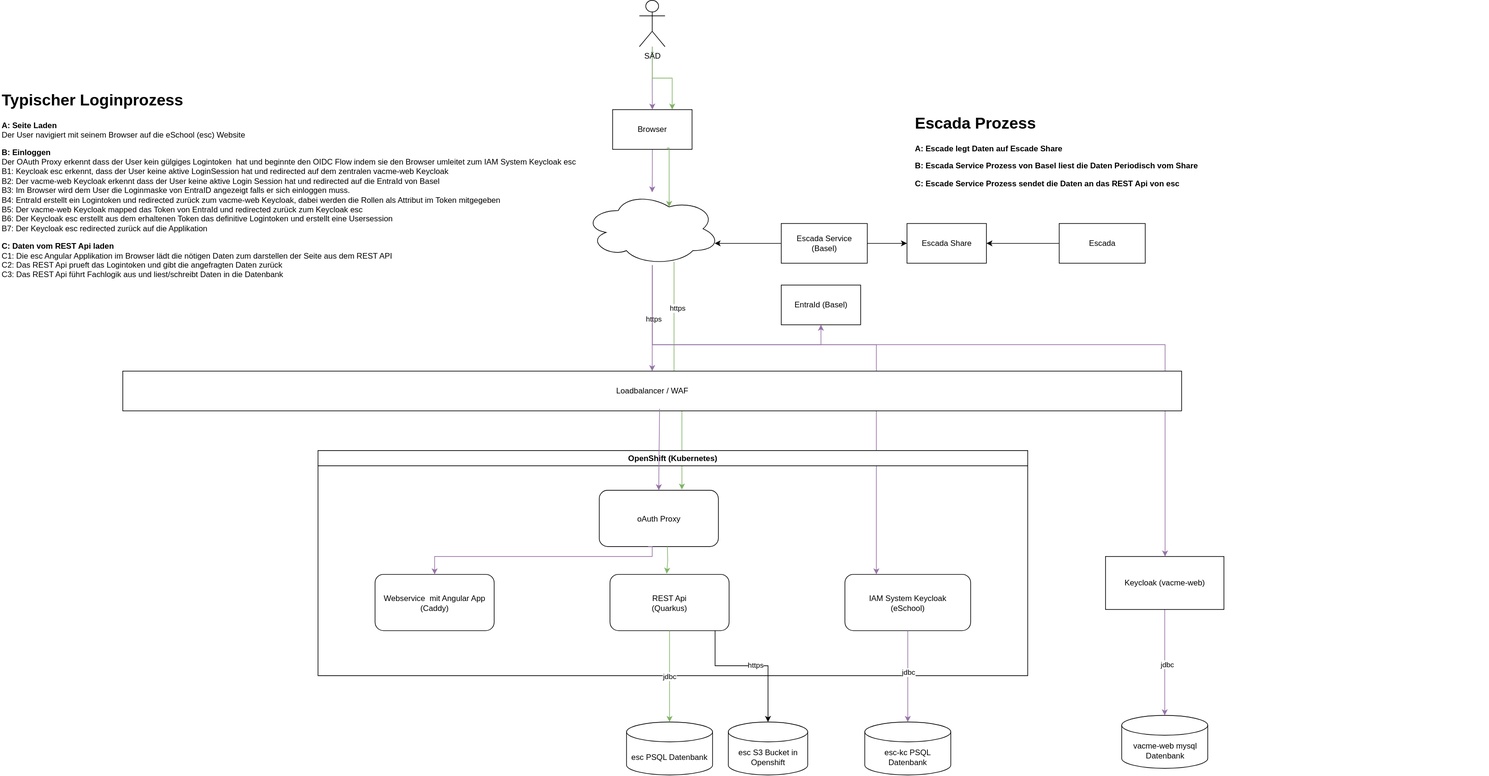
Before: api/docs/deployment-and-login/EscDeploymentDiagram.drawio.svg, a diagram exported from draw.io (dvbern/eSAD). Source tidied: cells renumbered, new cells last; positions are measured from the earlier drawing's top-left corner, leaving out a move shared by most shapes.
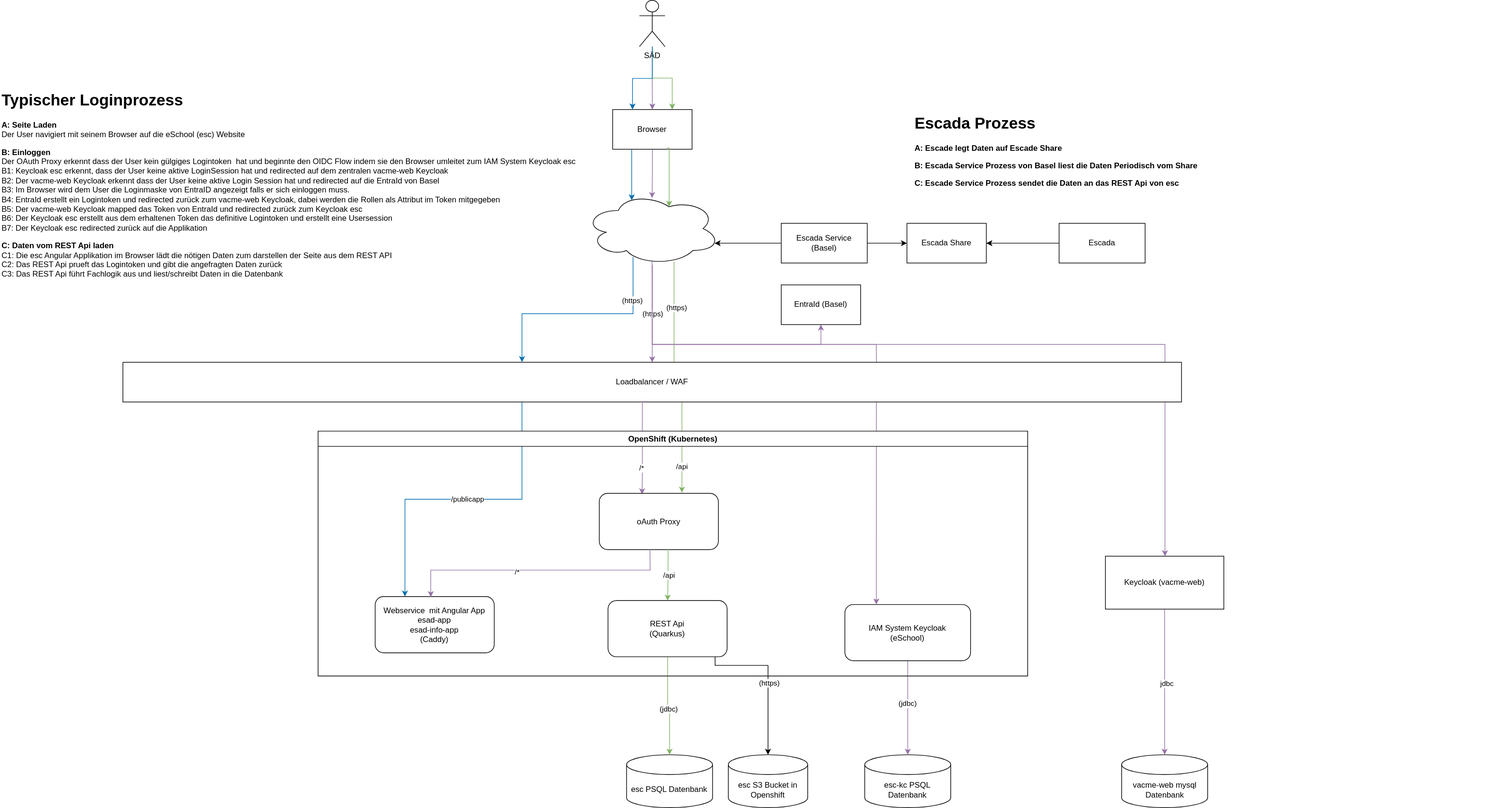
The same diagram one commit later.

Change to the diagram source:
```diff
@@ -10,29 +10,32 @@
         </Array>
       </mxGeometry>
     </mxCell>
-    <mxCell id="3" style="edgeStyle=orthogonalEdgeStyle;rounded=0;jettySize=auto;html=1;fillColor=#e1d5e7;strokeColor=#9673a6;entryX=0.5;entryY=0;entryDx=0;entryDy=0;" parent="1" edge="1" source="5" target="32">
-      <mxGeometry relative="1" as="geometry" />
-    </mxCell>
-    <mxCell id="4" style="edgeStyle=orthogonalEdgeStyle;rounded=0;jettySize=auto;html=1;entryX=0.75;entryY=0;entryDx=0;entryDy=0;fillColor=#d5e8d4;strokeColor=#82b366;" parent="1" edge="1" source="5" target="32">
-      <mxGeometry relative="1" as="geometry" />
-    </mxCell>
+    <mxCell id="46" style="edgeStyle=orthogonalEdgeStyle;rounded=0;jettySize=auto;html=1;fillColor=#e1d5e7;strokeColor=#9673a6;entryX=0.5;entryY=0;entryDx=0;entryDy=0;" parent="1" edge="1" source="5" target="32">
+      <mxGeometry relative="1" as="geometry" />
+    </mxCell>
+    <mxCell id="47" style="edgeStyle=orthogonalEdgeStyle;rounded=0;jettySize=auto;html=1;entryX=0.75;entryY=0;entryDx=0;entryDy=0;fillColor=#d5e8d4;strokeColor=#82b366;" parent="1" edge="1" source="5" target="32">
+      <mxGeometry relative="1" as="geometry" />
+    </mxCell>
     <mxCell id="5" value="SÄD" style="shape=umlActor;verticalLabelPosition=bottom;verticalAlign=top;html=1;outlineConnect=0;" parent="1" vertex="1">
       <mxGeometry x="965.6" width="38.8" height="70" as="geometry" />
     </mxCell>
-    <mxCell id="6" style="edgeStyle=orthogonalEdgeStyle;rounded=0;jettySize=auto;html=1;entryX=0.5;entryY=0;entryDx=0;entryDy=0;fillColor=#e1d5e7;strokeColor=#9673a6;" parent="1" edge="1" source="12" target="23">
-      <mxGeometry relative="1" as="geometry" />
-    </mxCell>
-    <mxCell id="7" value="https" style="edgeLabel;html=1;align=center;verticalAlign=middle;" parent="6" vertex="1">
-      <mxGeometry y="1" relative="1" as="geometry" />
-    </mxCell>
+    <mxCell id="48" style="edgeStyle=orthogonalEdgeStyle;rounded=0;jettySize=auto;html=1;entryX=0.5;entryY=0;entryDx=0;entryDy=0;fillColor=#e1d5e7;strokeColor=#9673a6;" parent="1" edge="1" source="12" target="23">
+      <mxGeometry relative="1" as="geometry" />
+    </mxCell>
+    <mxCell id="49" value="(https)" style="edgeLabel;html=1;align=center;verticalAlign=middle;" parent="48" vertex="1">
+      <mxGeometry y="1" relative="1" as="geometry" />
+    </mxCell>
     <mxCell id="8" style="edgeStyle=orthogonalEdgeStyle;rounded=0;jettySize=auto;html=1;fillColor=#d5e8d4;strokeColor=#82b366;exitX=0.661;exitY=0.955;exitDx=0;exitDy=0;exitPerimeter=0;entryX=0.694;entryY=-0.012;entryDx=0;entryDy=0;entryPerimeter=0;" parent="1" edge="1" source="12" target="17">
       <mxGeometry relative="1" as="geometry" />
     </mxCell>
-    <mxCell id="9" value="https" style="edgeLabel;html=1;align=center;verticalAlign=middle;" parent="8" vertex="1">
-      <mxGeometry x="-0.73" y="4" relative="1" as="geometry">
-        <mxPoint y="21" as="offset" />
-      </mxGeometry>
-    </mxCell>
+    <mxCell id="50" value="(https)" style="edgeLabel;html=1;align=center;verticalAlign=middle;" parent="8" vertex="1">
+      <mxGeometry x="-0.73" y="4" relative="1" as="geometry">
+        <mxPoint y="21" as="offset" />
+      </mxGeometry>
+    </mxCell>
+    <mxCell id="51" value="/api" style="edgeLabel;html=1;align=center;verticalAlign=middle;" parent="8" vertex="1">
+      <mxGeometry x="0.78" relative="1" as="geometry" />
+    </mxCell>
     <mxCell id="10" style="edgeStyle=orthogonalEdgeStyle;rounded=0;jettySize=auto;html=1;fillColor=#e1d5e7;strokeColor=#9673a6;" parent="1" edge="1" source="12" target="22">
       <mxGeometry relative="1" as="geometry">
         <Array as="points">
@@ -41,7 +44,7 @@
         </Array>
       </mxGeometry>
     </mxCell>
-    <mxCell id="11" style="edgeStyle=orthogonalEdgeStyle;rounded=0;jettySize=auto;html=1;entryX=0.5;entryY=1;entryDx=0;entryDy=0;fillColor=#e1d5e7;strokeColor=#9673a6;" parent="1" edge="1" source="12" target="24">
+    <mxCell id="11" style="edgeStyle=orthogonalEdgeStyle;rounded=0;jettySize=auto;html=1;entryX=0.5;entryY=1;entryDx=0;entryDy=0;fillColor=#e1d5e7;strokeColor=#9673a6;exitX=0.499;exitY=0.947;exitDx=0;exitDy=0;exitPerimeter=0;" parent="1" edge="1" source="12" target="24">
       <mxGeometry relative="1" as="geometry">
         <Array as="points">
           <mxPoint x="985" y="520" />
@@ -52,47 +55,23 @@
     <mxCell id="12" style="ellipse;shape=cloud;whiteSpace=wrap;html=1;" parent="1" vertex="1">
       <mxGeometry x="882.5" y="290" width="205" height="110" as="geometry" />
     </mxCell>
-    <mxCell id="13" value="OpenShift (Kubernetes)" style="swimlane;whiteSpace=wrap;html=1;" parent="1" vertex="1">
-      <mxGeometry x="480" y="680" width="1072.5" height="340" as="geometry" />
-    </mxCell>
-    <mxCell id="14" value="Webservice&amp;nbsp; mit Angular App&lt;br&gt;(Caddy)" style="rounded=1;whiteSpace=wrap;html=1;" parent="13" vertex="1">
-      <mxGeometry x="86.2" y="187" width="180" height="85" as="geometry" />
-    </mxCell>
-    <mxCell id="15" value="IAM System Keycloak &lt;br&gt;(eSchool)" style="rounded=1;whiteSpace=wrap;html=1;" parent="13" vertex="1">
-      <mxGeometry x="796.2" y="187" width="190" height="85" as="geometry" />
-    </mxCell>
-    <mxCell id="16" value="REST Api &lt;br&gt;(Quarkus)" style="rounded=1;whiteSpace=wrap;html=1;" parent="13" vertex="1">
-      <mxGeometry x="441.2" y="187" width="180" height="85" as="geometry" />
-    </mxCell>
-    <mxCell id="17" value="oAuth Proxy" style="rounded=1;whiteSpace=wrap;html=1;" parent="13" vertex="1">
-      <mxGeometry x="425" y="60" width="180" height="85" as="geometry" />
-    </mxCell>
-    <mxCell id="18" style="edgeStyle=orthogonalEdgeStyle;rounded=0;jettySize=auto;html=1;entryX=0.5;entryY=0;entryDx=0;entryDy=0;fillColor=#e1d5e7;strokeColor=#9673a6;exitX=0.411;exitY=1;exitDx=0;exitDy=0;exitPerimeter=0;" parent="13" edge="1" source="17" target="14">
-      <mxGeometry relative="1" as="geometry">
-        <Array as="points">
-          <mxPoint x="505" y="145" />
-          <mxPoint x="505" y="160" />
-          <mxPoint x="176" y="160" />
-        </Array>
-      </mxGeometry>
-    </mxCell>
-    <mxCell id="19" style="edgeStyle=orthogonalEdgeStyle;rounded=0;orthogonalLoop=1;jettySize=auto;html=1;entryX=0.654;entryY=-0.012;entryDx=0;entryDy=0;entryPerimeter=0;fillColor=#d5e8d4;strokeColor=#82b366;exitX=0.75;exitY=1;exitDx=0;exitDy=0;" parent="13" edge="1">
-      <mxGeometry relative="1" as="geometry">
-        <mxPoint x="528" y="145" as="sourcePoint" />
-        <mxPoint x="527" y="186" as="targetPoint" />
-      </mxGeometry>
-    </mxCell>
     <mxCell id="20" style="edgeStyle=orthogonalEdgeStyle;rounded=0;jettySize=auto;html=1;fillColor=#e1d5e7;strokeColor=#9673a6;" parent="1" edge="1" source="22" target="40">
       <mxGeometry relative="1" as="geometry" />
     </mxCell>
-    <mxCell id="21" value="jdbc" style="edgeLabel;html=1;align=center;verticalAlign=middle;" parent="20" vertex="1">
-      <mxGeometry x="0.03" y="3" relative="1" as="geometry" />
-    </mxCell>
+    <mxCell id="52" value="jdbc" style="edgeLabel;html=1;align=center;verticalAlign=middle;" parent="20" vertex="1">
+      <mxGeometry x="0.03" y="3" relative="1" as="geometry" />
+    </mxCell>
     <mxCell id="22" value="Keycloak (vacme-web)" style="rounded=0;whiteSpace=wrap;html=1;" parent="1" vertex="1">
       <mxGeometry x="1670" y="840" width="179" height="80" as="geometry" />
     </mxCell>
+    <mxCell id="53" style="edgeStyle=orthogonalEdgeStyle;rounded=0;jettySize=auto;html=1;exitX=0.377;exitY=0.99;exitDx=0;exitDy=0;exitPerimeter=0;fillColor=#1ba1e2;strokeColor=#006EAF;entryX=0.25;entryY=0;entryDx=0;entryDy=0;" parent="1" edge="1" source="23" target="60">
+      <mxGeometry relative="1" as="geometry" />
+    </mxCell>
+    <mxCell id="54" value="/publicapp" style="edgeLabel;html=1;align=center;verticalAlign=middle;" parent="53" vertex="1">
+      <mxGeometry x="-0.02" relative="1" as="geometry" />
+    </mxCell>
     <mxCell id="23" value="Loadbalancer / WAF" style="rounded=0;whiteSpace=wrap;html=1;" parent="1" vertex="1">
-      <mxGeometry x="185" y="560" width="1600" height="60" as="geometry" />
+      <mxGeometry x="185" y="547" width="1600" height="60" as="geometry" />
     </mxCell>
     <mxCell id="24" value="EntraId (Basel)" style="rounded=0;whiteSpace=wrap;html=1;" parent="1" vertex="1">
       <mxGeometry x="1180" y="430" width="120" height="60" as="geometry" />
@@ -115,9 +94,9 @@
     <mxCell id="30" style="edgeStyle=orthogonalEdgeStyle;rounded=0;jettySize=auto;html=1;entryX=0.96;entryY=0.7;entryDx=0;entryDy=0;entryPerimeter=0;" parent="1" edge="1" source="28" target="12">
       <mxGeometry relative="1" as="geometry" />
     </mxCell>
-    <mxCell id="31" style="edgeStyle=orthogonalEdgeStyle;rounded=0;jettySize=auto;html=1;fillColor=#e1d5e7;strokeColor=#9673a6;" parent="1" edge="1" source="32" target="12">
-      <mxGeometry relative="1" as="geometry" />
-    </mxCell>
+    <mxCell id="55" style="edgeStyle=orthogonalEdgeStyle;rounded=0;jettySize=auto;html=1;fillColor=#e1d5e7;strokeColor=#9673a6;entryX=0.499;entryY=0.079;entryDx=0;entryDy=0;entryPerimeter=0;" parent="1" edge="1" source="32" target="12">
+      <mxGeometry relative="1" as="geometry" />
+    </mxCell>
     <mxCell id="32" value="Browser" style="rounded=0;whiteSpace=wrap;html=1;" parent="1" vertex="1">
       <mxGeometry x="925.2" y="165" width="120" height="60" as="geometry" />
     </mxCell>
@@ -128,32 +107,32 @@
       <mxGeometry x="1380" y="165" width="870" height="360" as="geometry" />
     </mxCell>
     <mxCell id="35" value="esc PSQL Datenbank" style="shape=cylinder3;whiteSpace=wrap;html=1;boundedLbl=1;backgroundOutline=1;size=15;" parent="1" vertex="1">
-      <mxGeometry x="946.2" y="1090" width="130" height="80" as="geometry" />
+      <mxGeometry x="946.2" y="1140" width="130" height="80" as="geometry" />
     </mxCell>
-    <mxCell id="36" value="jdbc" style="edgeStyle=orthogonalEdgeStyle;rounded=0;jettySize=auto;html=1;entryX=0.5;entryY=0;entryDx=0;entryDy=0;entryPerimeter=0;fillColor=#d5e8d4;strokeColor=#82b366;" parent="1" edge="1" source="16" target="35">
-      <mxGeometry relative="1" as="geometry" />
+    <mxCell id="36" value="(jdbc)" style="edgeStyle=orthogonalEdgeStyle;rounded=0;jettySize=auto;html=1;entryX=0.5;entryY=0;entryDx=0;entryDy=0;entryPerimeter=0;fillColor=#d5e8d4;strokeColor=#82b366;" parent="1" edge="1" source="16" target="35">
+      <mxGeometry x="0.09" y="-1" relative="1" as="geometry" />
     </mxCell>
     <mxCell id="37" value="esc-kc PSQL Datenbank" style="shape=cylinder3;whiteSpace=wrap;html=1;boundedLbl=1;backgroundOutline=1;size=15;" parent="1" vertex="1">
-      <mxGeometry x="1306.2" y="1090" width="130" height="80" as="geometry" />
+      <mxGeometry x="1306.2" y="1140" width="130" height="80" as="geometry" />
     </mxCell>
     <mxCell id="38" style="edgeStyle=orthogonalEdgeStyle;rounded=0;jettySize=auto;html=1;fillColor=#e1d5e7;strokeColor=#9673a6;" parent="1" edge="1" source="15" target="37">
       <mxGeometry relative="1" as="geometry" />
     </mxCell>
-    <mxCell id="39" value="jdbc" style="edgeLabel;html=1;align=center;verticalAlign=middle;" parent="38" vertex="1">
-      <mxGeometry x="-0.09" relative="1" as="geometry" />
-    </mxCell>
+    <mxCell id="56" value="(jdbc)" style="edgeLabel;html=1;align=center;verticalAlign=middle;" parent="38" vertex="1">
+      <mxGeometry x="-0.09" relative="1" as="geometry" />
+    </mxCell>
     <mxCell id="40" value="vacme-web mysql Datenbank" style="shape=cylinder3;whiteSpace=wrap;html=1;boundedLbl=1;backgroundOutline=1;size=15;" parent="1" vertex="1">
-      <mxGeometry x="1694.5" y="1080" width="130" height="80" as="geometry" />
+      <mxGeometry x="1694.5" y="1140" width="130" height="80" as="geometry" />
     </mxCell>
-    <mxCell id="41" style="edgeStyle=orthogonalEdgeStyle;rounded=0;jettySize=auto;html=1;exitX=0.681;exitY=0.967;exitDx=0;exitDy=0;entryX=0.625;entryY=0.2;entryDx=0;entryDy=0;entryPerimeter=0;fillColor=#d5e8d4;strokeColor=#82b366;exitPerimeter=0;" parent="1" edge="1" source="32" target="12">
-      <mxGeometry relative="1" as="geometry">
-        <Array as="points">
-          <mxPoint x="1011" y="223" />
-        </Array>
-      </mxGeometry>
-    </mxCell>
+    <mxCell id="57" style="edgeStyle=orthogonalEdgeStyle;rounded=0;jettySize=auto;html=1;exitX=0.681;exitY=0.967;exitDx=0;exitDy=0;entryX=0.625;entryY=0.2;entryDx=0;entryDy=0;entryPerimeter=0;fillColor=#d5e8d4;strokeColor=#82b366;exitPerimeter=0;" parent="1" edge="1" source="32" target="12">
+      <mxGeometry relative="1" as="geometry">
+        <Array as="points">
+          <mxPoint x="1011" y="223" />
+        </Array>
+      </mxGeometry>
+    </mxCell>
     <mxCell id="42" value="esc S3 Bucket in&lt;br&gt;Openshift" style="shape=cylinder3;whiteSpace=wrap;html=1;boundedLbl=1;backgroundOutline=1;size=15;" parent="1" vertex="1">
-      <mxGeometry x="1100" y="1090" width="120" height="80" as="geometry" />
+      <mxGeometry x="1100" y="1140" width="120" height="80" as="geometry" />
     </mxCell>
     <mxCell id="43" style="edgeStyle=orthogonalEdgeStyle;rounded=0;jettySize=auto;html=1;" parent="1" edge="1" source="16" target="42">
       <mxGeometry relative="1" as="geometry">
@@ -163,16 +142,74 @@
         </Array>
       </mxGeometry>
     </mxCell>
-    <mxCell id="44" value="https" style="edgeLabel;html=1;align=center;verticalAlign=middle;" parent="43" vertex="1">
-      <mxGeometry x="0.05" y="2" relative="1" as="geometry" />
-    </mxCell>
+    <mxCell id="58" value="(https)" style="edgeLabel;html=1;align=center;verticalAlign=middle;" parent="43" vertex="1">
+      <mxGeometry x="0.05" y="2" relative="1" as="geometry" />
+    </mxCell>
-    <mxCell id="45" style="edgeStyle=orthogonalEdgeStyle;rounded=0;jettySize=auto;html=1;entryX=0.5;entryY=0;entryDx=0;entryDy=0;fillColor=#e1d5e7;strokeColor=#9673a6;exitX=0.507;exitY=0.95;exitDx=0;exitDy=0;exitPerimeter=0;" parent="1" edge="1" source="23" target="17">
+    <mxCell id="45" style="edgeStyle=orthogonalEdgeStyle;rounded=0;jettySize=auto;html=1;fillColor=#e1d5e7;strokeColor=#9673a6;exitX=0.495;exitY=0.991;exitDx=0;exitDy=0;exitPerimeter=0;entryX=0.359;entryY=0.017;entryDx=0;entryDy=0;entryPerimeter=0;" parent="1" edge="1" source="23" target="17">
       <mxGeometry relative="1" as="geometry">
         <Array as="points">
-          <mxPoint x="995" y="617" />
-          <mxPoint x="995" y="720" />
+          <mxPoint x="970" y="607" />
+          <mxPoint x="970" y="724" />
+          <mxPoint x="970" y="724" />
         </Array>
       </mxGeometry>
     </mxCell>
+    <mxCell id="59" value="/*" style="edgeLabel;html=1;align=center;verticalAlign=middle;" parent="45" vertex="1">
+      <mxGeometry x="0.46" y="-1" relative="1" as="geometry" />
+    </mxCell>
+    <mxCell id="13" value="OpenShift (Kubernetes)" style="swimlane;whiteSpace=wrap;html=1;" parent="1" vertex="1">
+      <mxGeometry x="480" y="651" width="1072.5" height="370" as="geometry" />
+    </mxCell>
+    <mxCell id="60" value="Webservice&amp;nbsp; mit Angular App&lt;br&gt;esad-app&lt;br&gt;esad-info-app&lt;br&gt;(Caddy)" style="rounded=1;whiteSpace=wrap;html=1;" parent="13" vertex="1">
+      <mxGeometry x="86.2" y="250" width="180" height="85" as="geometry" />
+    </mxCell>
+    <mxCell id="15" value="IAM System Keycloak &lt;br&gt;(eSchool)" style="rounded=1;whiteSpace=wrap;html=1;" parent="13" vertex="1">
+      <mxGeometry x="796.2" y="262" width="190" height="85" as="geometry" />
+    </mxCell>
+    <mxCell id="16" value="REST Api &lt;br&gt;(Quarkus)" style="rounded=1;whiteSpace=wrap;html=1;" parent="13" vertex="1">
+      <mxGeometry x="438.2" y="256" width="180" height="85" as="geometry" />
+    </mxCell>
+    <mxCell id="17" value="oAuth Proxy" style="rounded=1;whiteSpace=wrap;html=1;" parent="13" vertex="1">
+      <mxGeometry x="425" y="94" width="180" height="85" as="geometry" />
+    </mxCell>
+    <mxCell id="61" style="edgeStyle=orthogonalEdgeStyle;rounded=0;jettySize=auto;html=1;entryX=0.467;entryY=0.01;entryDx=0;entryDy=0;fillColor=#e1d5e7;strokeColor=#9673a6;exitX=0.426;exitY=0.998;exitDx=0;exitDy=0;exitPerimeter=0;entryPerimeter=0;" parent="13" edge="1" source="17" target="60">
+      <mxGeometry relative="1" as="geometry">
+        <Array as="points">
+          <mxPoint x="502" y="190" />
+          <mxPoint x="502" y="210" />
+          <mxPoint x="170" y="210" />
+        </Array>
+      </mxGeometry>
+    </mxCell>
+    <mxCell id="62" value="/*" style="edgeLabel;html=1;align=center;verticalAlign=middle;" parent="61" vertex="1">
+      <mxGeometry x="0.15" y="3" relative="1" as="geometry" />
+    </mxCell>
+    <mxCell id="63" value="&amp;nbsp;/api" style="edgeStyle=orthogonalEdgeStyle;rounded=0;jettySize=auto;html=1;entryX=0.5;entryY=0;entryDx=0;entryDy=0;fillColor=#d5e8d4;strokeColor=#82b366;exitX=0.578;exitY=0.997;exitDx=0;exitDy=0;exitPerimeter=0;" parent="13" edge="1" source="17" target="16">
+      <mxGeometry relative="1" as="geometry" />
+    </mxCell>
+    <mxCell id="64" style="edgeStyle=orthogonalEdgeStyle;rounded=0;jettySize=auto;html=1;exitX=0.359;exitY=0.887;exitDx=0;exitDy=0;exitPerimeter=0;entryX=0.377;entryY=-0.005;entryDx=0;entryDy=0;entryPerimeter=0;fillColor=#1ba1e2;strokeColor=#006EAF;" parent="1" edge="1" source="12" target="23">
+      <mxGeometry relative="1" as="geometry" />
+    </mxCell>
+    <mxCell id="65" value="(https)" style="edgeLabel;html=1;align=center;verticalAlign=middle;" parent="64" vertex="1">
+      <mxGeometry x="-0.59" y="-1" relative="1" as="geometry" />
+    </mxCell>
+    <mxCell id="66" style="edgeStyle=orthogonalEdgeStyle;rounded=0;jettySize=auto;html=1;entryX=0.349;entryY=0.111;entryDx=0;entryDy=0;entryPerimeter=0;fillColor=#1ba1e2;strokeColor=#006EAF;" parent="1" edge="1" source="32" target="12">
+      <mxGeometry relative="1" as="geometry">
+        <Array as="points">
+          <mxPoint x="954" y="240" />
+          <mxPoint x="954" y="240" />
+        </Array>
+      </mxGeometry>
+    </mxCell>
+    <mxCell id="67" style="edgeStyle=orthogonalEdgeStyle;rounded=0;jettySize=auto;html=1;entryX=0.25;entryY=0;entryDx=0;entryDy=0;fillColor=#1ba1e2;strokeColor=#006EAF;" parent="1" edge="1" target="32">
+      <mxGeometry relative="1" as="geometry">
+        <mxPoint x="985" y="70" as="sourcePoint" />
+        <Array as="points">
+          <mxPoint x="985" y="70" />
+          <mxPoint x="985" y="118" />
+          <mxPoint x="955" y="118" />
+        </Array>
+      </mxGeometry>
+    </mxCell>
   </root>
 </mxGraphModel>
```
